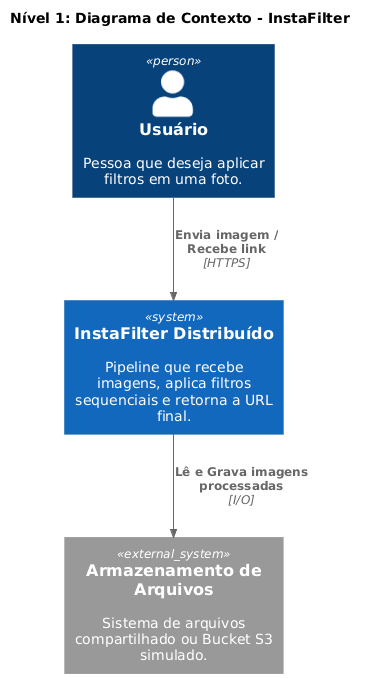
MuriloCSS/InstaFilter- keeps this PlantUML diagram as Diagrama de Contexto.png. Above is the earlier version. Source of this version:
```plantuml
@startuml
!include https://raw.githubusercontent.com/plantuml-stdlib/C4-PlantUML/master/C4_Context.puml

title Nível 1: Diagrama de Contexto - InstaFilter

Person(usuario, "Usuário", "Pessoa que deseja aplicar filtros em uma foto.")
System(instafilter, "InstaFilter Distribuído", "Pipeline que recebe imagens, aplica filtros sequenciais e retorna a URL final.")
System_Ext(filesystem, "Armazenamento de Arquivos", "Sistema de arquivos compartilhado ou Bucket S3 simulado.")

Rel(usuario, instafilter, "Envia imagem / Recebe link", "HTTPS")
Rel(instafilter, filesystem, "Lê e Grava imagens processadas", "I/O")
@enduml
```
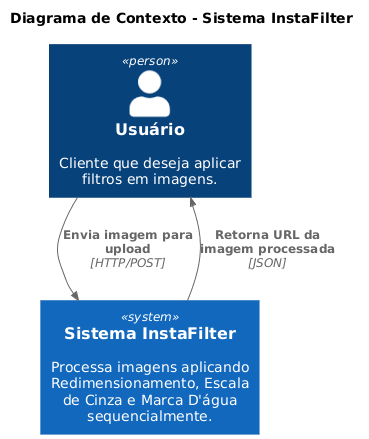
Later version of the same file.

Change to the diagram source:
```diff
@@ -1,12 +1,11 @@
 @startuml
 !include https://raw.githubusercontent.com/plantuml-stdlib/C4-PlantUML/master/C4_Context.puml
 
-title Nível 1: Diagrama de Contexto - InstaFilter
+title Diagrama de Contexto - Sistema InstaFilter
 
-Person(usuario, "Usuário", "Pessoa que deseja aplicar filtros em uma foto.")
-System(instafilter, "InstaFilter Distribuído", "Pipeline que recebe imagens, aplica filtros sequenciais e retorna a URL final.")
-System_Ext(filesystem, "Armazenamento de Arquivos", "Sistema de arquivos compartilhado ou Bucket S3 simulado.")
+Person(usuario, "Usuário", "Cliente que deseja aplicar filtros em imagens.")
+System(instaFilter, "Sistema InstaFilter", "Processa imagens aplicando Redimensionamento, Escala de Cinza e Marca D'água sequencialmente.")
 
-Rel(usuario, instafilter, "Envia imagem / Recebe link", "HTTPS")
-Rel(instafilter, filesystem, "Lê e Grava imagens processadas", "I/O")
+Rel(usuario, instaFilter, "Envia imagem para upload", "HTTP/POST")
+Rel(instaFilter, usuario, "Retorna URL da imagem processada", "JSON")
 @enduml
```
